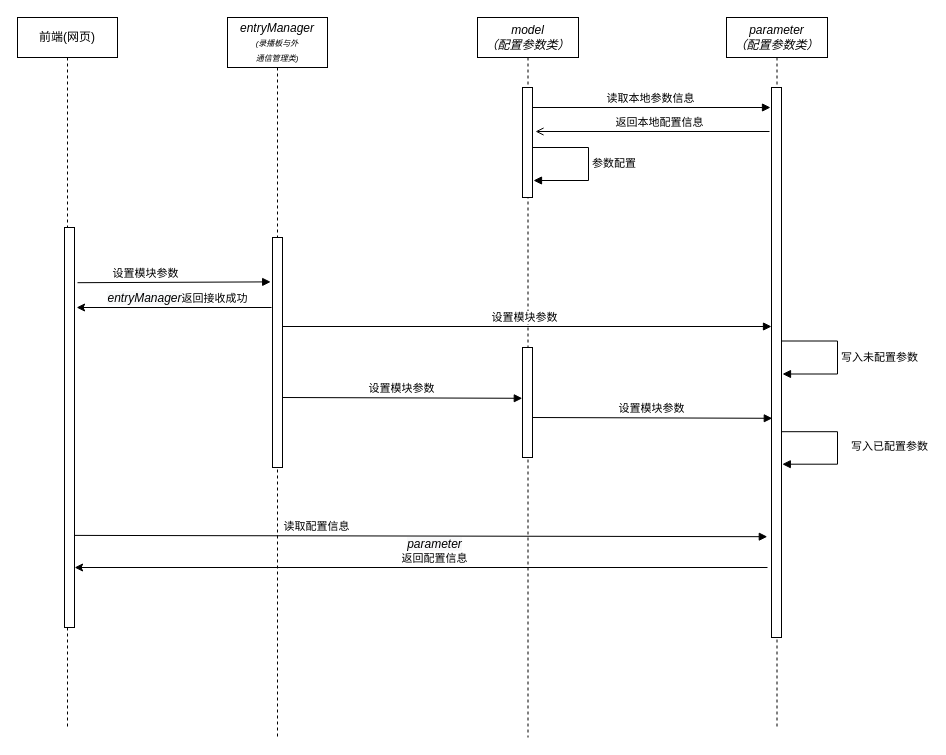
Before: 录播get模块.drawio in huangPeiLc/drawio, a draw.io diagram. Source tidied: cells renumbered, new cells numbered last; positions are measured from the earlier drawing's top-left corner, leaving out a move shared by most shapes. Both pictures are drawn from the tidied source at 100%, with x=0, y=0 at pixel (17, 17).
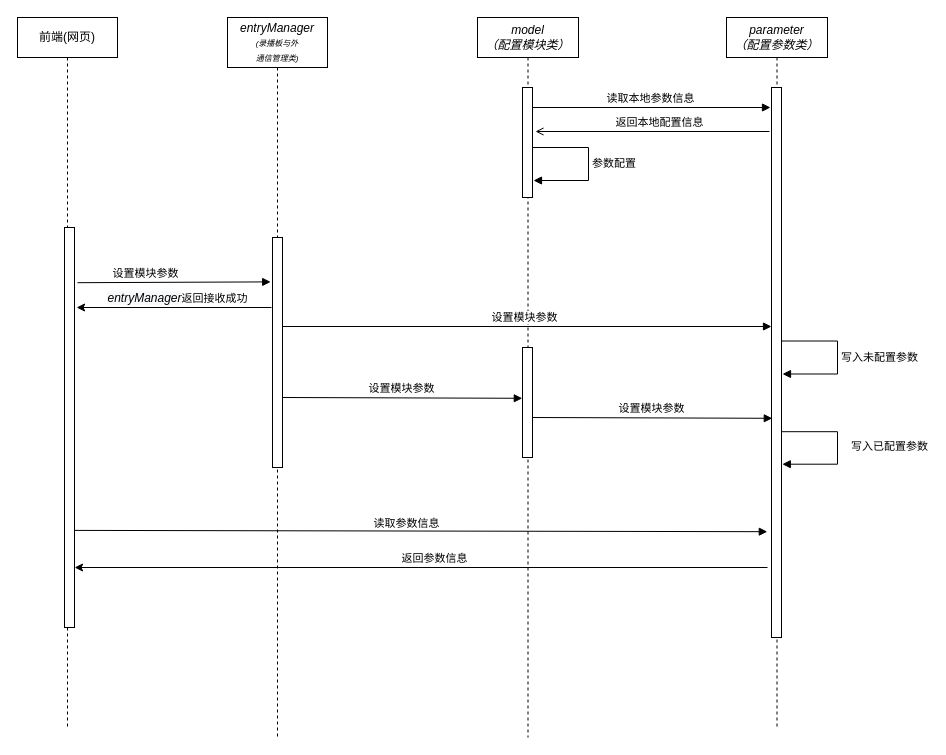
Above is the later version.

The edit, as a diff of the source:
```diff
@@
-    <mxCell id="6" value="&lt;i style=&quot;white-space: nowrap&quot;&gt;model&lt;br&gt;（配置参数类）&lt;br&gt;&lt;/i&gt;" style="shape=umlLifeline;perimeter=lifelinePerimeter;whiteSpace=wrap;html=1;" parent="1" vertex="1">
+    <mxCell id="6" value="&lt;i style=&quot;white-space: nowrap&quot;&gt;model&lt;br&gt;（配置模块类）&lt;br&gt;&lt;/i&gt;" style="shape=umlLifeline;perimeter=lifelinePerimeter;whiteSpace=wrap;html=1;" parent="1" vertex="1">
       <mxGeometry x="460" width="101" height="720" as="geometry" />
     </mxCell>
@@
-    <mxCell id="12" value="读取配置信息" style="html=1;verticalAlign=bottom;endArrow=block;exitX=1.3;exitY=0.138;exitDx=0;exitDy=0;exitPerimeter=0;entryX=-0.4;entryY=0.802;entryDx=0;entryDy=0;entryPerimeter=0;" parent="1" edge="1">
-      <mxGeometry x="-0.3" relative="1" as="geometry">
-        <mxPoint x="57.1" y="517.9" as="sourcePoint" />
-        <mxPoint x="749.8" y="519.2" as="targetPoint" />
+    <mxCell id="12" value="读取参数信息" style="html=1;verticalAlign=bottom;endArrow=block;exitX=1.3;exitY=0.138;exitDx=0;exitDy=0;exitPerimeter=0;entryX=-0.4;entryY=0.802;entryDx=0;entryDy=0;entryPerimeter=0;" parent="1" edge="1">
+      <mxGeometry x="-0.04" y="-1" relative="1" as="geometry">
+        <mxPoint x="57.1" y="512.9" as="sourcePoint" />
+        <mxPoint x="749.8" y="514.2" as="targetPoint" />
       </mxGeometry>
     </mxCell>
-    <mxCell id="13" value="&lt;i style=&quot;font-size: 12px ; white-space: normal ; background-color: rgb(248 , 249 , 250)&quot;&gt;&lt;span style=&quot;white-space: nowrap&quot;&gt;parameter&lt;/span&gt;&lt;/i&gt;返回配置信息" style="html=1;verticalAlign=bottom;endArrow=none;exitX=1.3;exitY=0.138;exitDx=0;exitDy=0;exitPerimeter=0;startArrow=classic;startFill=1;endFill=0;" parent="1" edge="1">
+    <mxCell id="13" value="返回参数信息" style="html=1;verticalAlign=bottom;endArrow=none;exitX=1.3;exitY=0.138;exitDx=0;exitDy=0;exitPerimeter=0;startArrow=classic;startFill=1;endFill=0;" parent="1" edge="1">
       <mxGeometry x="0.04" relative="1" as="geometry">
         <mxPoint x="57.1" y="550" as="sourcePoint" />
         <mxPoint x="750" y="550" as="targetPoint" />
       </mxGeometry>
     </mxCell>
```
